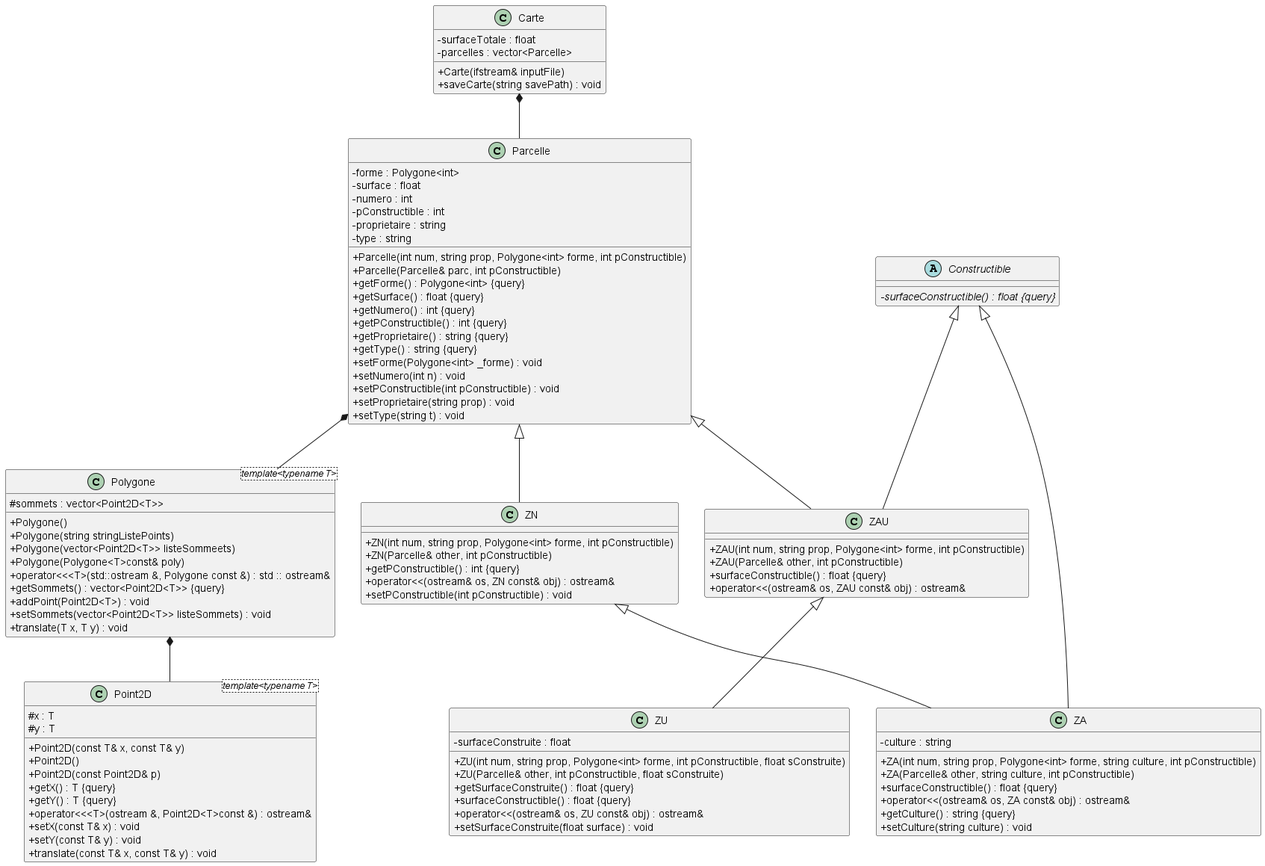
ECN-SEC-SMP/tp4-note-procaccia-demaricourt-gaudin-lepourtois keeps this PlantUML diagram as out.png. Above is the earlier version. Source of this version:
```plantuml
@startuml

skinparam classAttributeIconSize 0




class Carte {
	+Carte(ifstream& inputFile)
	-surfaceTotale : float
	-parcelles : vector<Parcelle>
	+saveCarte(string savePath) : void
}


abstract class Constructible {
	-{abstract} surfaceConstructible() : float {query}
}


class Parcelle {
	+Parcelle(int num, string prop, Polygone<int> forme, int pConstructible)
	+Parcelle(Parcelle& parc, int pConstructible)
	-forme : Polygone<int>
	+getForme() : Polygone<int> {query}
	+getSurface() : float {query}
	-surface : float
	+getNumero() : int {query}
	+getPConstructible() : int {query}
	-numero : int
	-pConstructible : int
	+getProprietaire() : string {query}
	+getType() : string {query}
	-proprietaire : string
	-type : string
	+setForme(Polygone<int> _forme) : void
	+setNumero(int n) : void
	+setPConstructible(int pConstructible) : void
	+setProprietaire(string prop) : void
	+setType(string t) : void
}


class Point2D <template<typename T>> {
	+Point2D(const T& x, const T& y)
	+Point2D()
	+Point2D(const Point2D& p)
	+getX() : T {query}
	+getY() : T {query}
	#x : T
	#y : T
	+operator<<<T>(ostream &, Point2D<T>const &) : ostream&
	+setX(const T& x) : void
	+setY(const T& y) : void
	+translate(const T& x, const T& y) : void
}


class Polygone <template<typename T>> {
	+Polygone()
	+Polygone(string stringListePoints)
	+Polygone(vector<Point2D<T>> listeSommeets)
	+Polygone(Polygone<T>const& poly)
	+operator<<<T>(std::ostream &, Polygone const &) : std :: ostream&
	+getSommets() : vector<Point2D<T>> {query}
	#sommets : vector<Point2D<T>>
	+addPoint(Point2D<T>) : void
	+setSommets(vector<Point2D<T>> listeSommets) : void
	+translate(T x, T y) : void
}


class ZA {
	+ZA(int num, string prop, Polygone<int> forme, string culture, int pConstructible)
	+ZA(Parcelle& other, string culture, int pConstructible)
	+surfaceConstructible() : float {query}
	+operator<<(ostream& os, ZA const& obj) : ostream&
	-culture : string
	+getCulture() : string {query}
	+setCulture(string culture) : void
}


class ZAU {
	+ZAU(int num, string prop, Polygone<int> forme, int pConstructible)
	+ZAU(Parcelle& other, int pConstructible)
	+surfaceConstructible() : float {query}
	+operator<<(ostream& os, ZAU const& obj) : ostream&
}


class ZN {
	+ZN(int num, string prop, Polygone<int> forme, int pConstructible)
	+ZN(Parcelle& other, int pConstructible)
	+getPConstructible() : int {query}
	+operator<<(ostream& os, ZN const& obj) : ostream&
	+setPConstructible(int pConstructible) : void
}


class ZU {
	+ZU(int num, string prop, Polygone<int> forme, int pConstructible, float sConstruite)
	+ZU(Parcelle& other, int pConstructible, float sConstruite)
	+getSurfaceConstruite() : float {query}
	+surfaceConstructible() : float {query}
	-surfaceConstruite : float
	+operator<<(ostream& os, ZU const& obj) : ostream&
	+setSurfaceConstruite(float surface) : void
}






.Constructible <|-- .ZA


.Constructible <|-- .ZAU


.Parcelle <|-- .ZAU


.Parcelle <|-- .ZN


.ZAU <|-- .ZU


.ZN <|-- .ZA






.Carte *-- .Parcelle


.Parcelle *-- .Polygone


.Polygone *-- .Point2D









@enduml
```
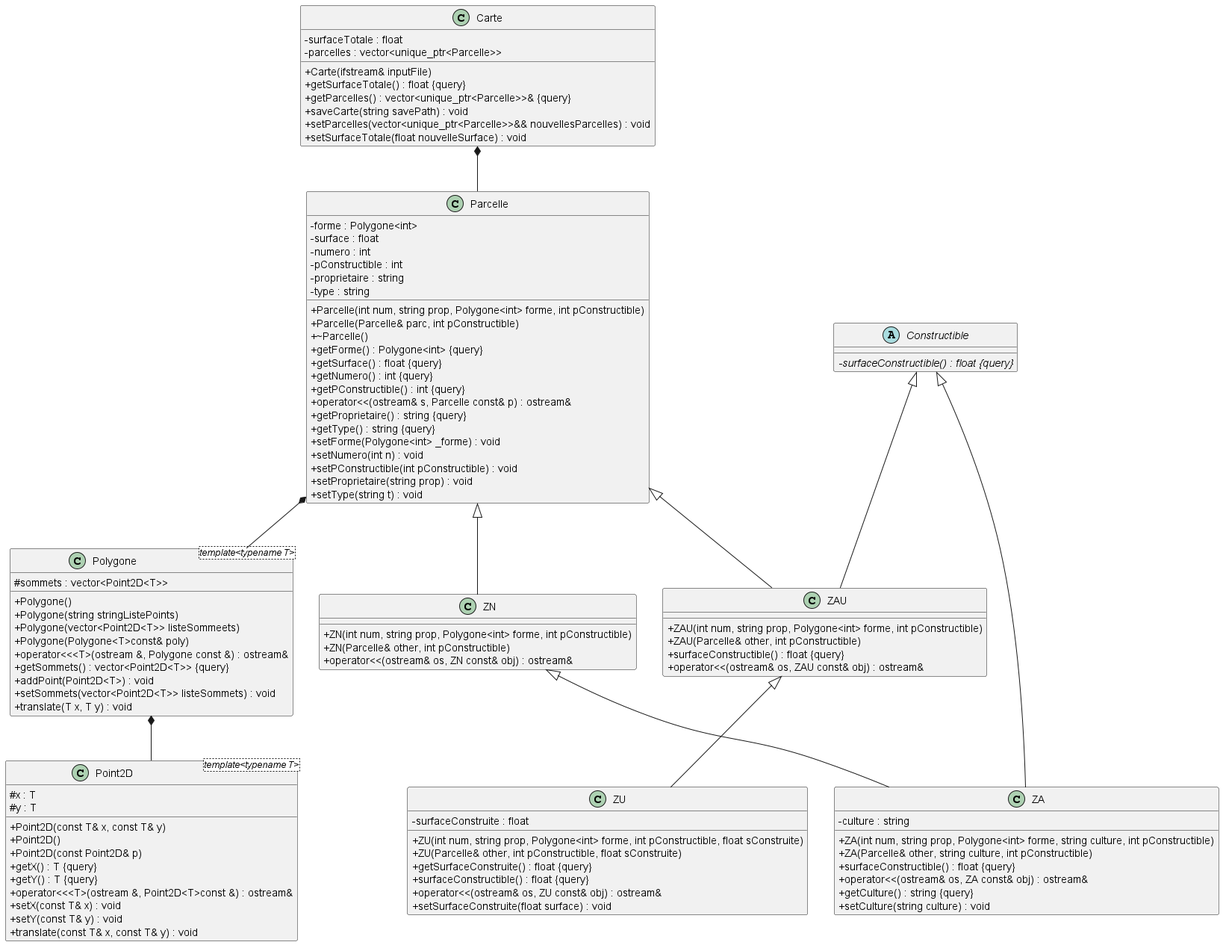
The same file after the commit.

The edit, as a diff of the source:
```diff
@@ -1,15 +1,19 @@
 @startuml
+
 
 skinparam classAttributeIconSize 0
 
 
 
-
 class Carte {
 	+Carte(ifstream& inputFile)
+	+getSurfaceTotale() : float {query}
 	-surfaceTotale : float
-	-parcelles : vector<Parcelle>
+	-parcelles : vector<unique_ptr<Parcelle>>
+	+getParcelles() : vector<unique_ptr<Parcelle>>& {query}
 	+saveCarte(string savePath) : void
+	+setParcelles(vector<unique_ptr<Parcelle>>&& nouvellesParcelles) : void
+	+setSurfaceTotale(float nouvelleSurface) : void
 }
 
 
@@ -21,6 +25,7 @@
 class Parcelle {
 	+Parcelle(int num, string prop, Polygone<int> forme, int pConstructible)
 	+Parcelle(Parcelle& parc, int pConstructible)
+	+~Parcelle()
 	-forme : Polygone<int>
 	+getForme() : Polygone<int> {query}
 	+getSurface() : float {query}
@@ -29,6 +34,7 @@
 	+getPConstructible() : int {query}
 	-numero : int
 	-pConstructible : int
+	+operator<<(ostream& s, Parcelle const& p) : ostream&
 	+getProprietaire() : string {query}
 	+getType() : string {query}
 	-proprietaire : string
@@ -61,7 +67,7 @@
 	+Polygone(string stringListePoints)
 	+Polygone(vector<Point2D<T>> listeSommeets)
 	+Polygone(Polygone<T>const& poly)
-	+operator<<<T>(std::ostream &, Polygone const &) : std :: ostream&
+	+operator<<<T>(ostream &, Polygone const &) : ostream&
 	+getSommets() : vector<Point2D<T>> {query}
 	#sommets : vector<Point2D<T>>
 	+addPoint(Point2D<T>) : void
@@ -92,9 +98,7 @@
 class ZN {
 	+ZN(int num, string prop, Polygone<int> forme, int pConstructible)
 	+ZN(Parcelle& other, int pConstructible)
-	+getPConstructible() : int {query}
 	+operator<<(ostream& os, ZN const& obj) : ostream&
-	+setPConstructible(int pConstructible) : void
 }
 
 
```
